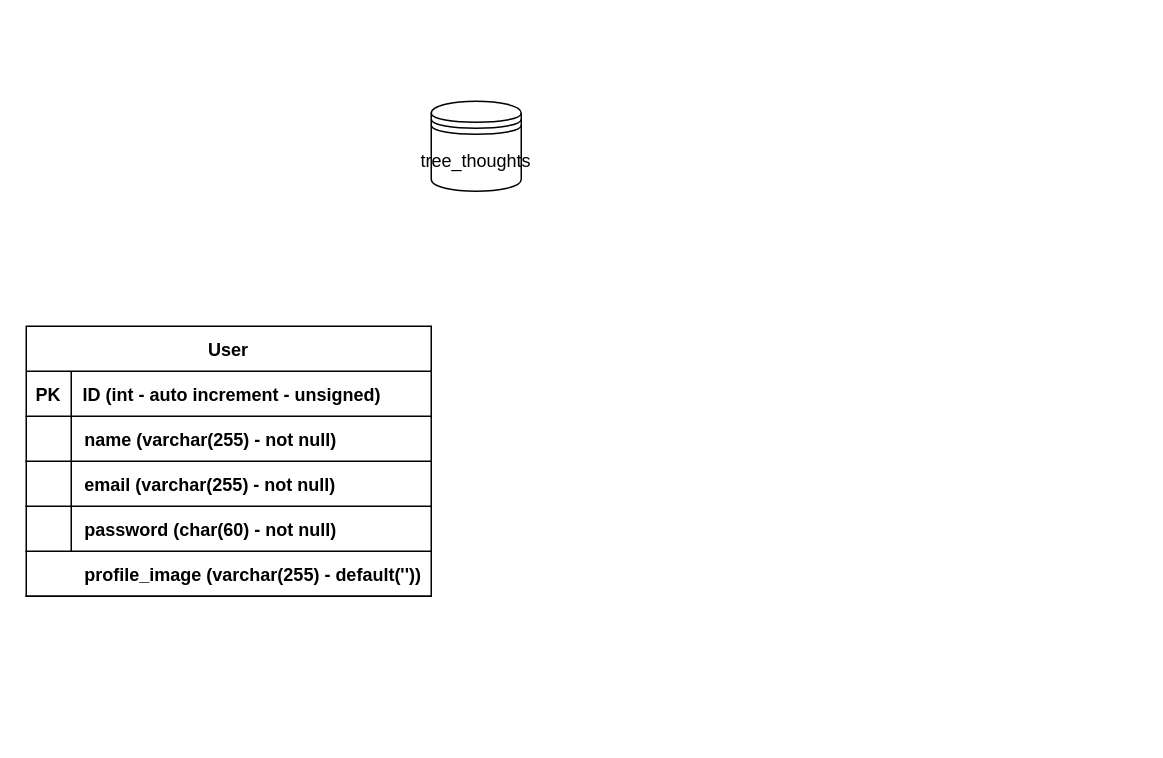
The draw.io diagram docs/DER.drawio in AmandaCleto/express--tree-thoughts--back, before the edit. Source tidied: cells renumbered, new cells numbered last; positions are measured from the earlier drawing's top-left corner, leaving out a move shared by most shapes. Both pictures are drawn from the tidied source at 150%, with x=0, y=0 at pixel (26, 100).
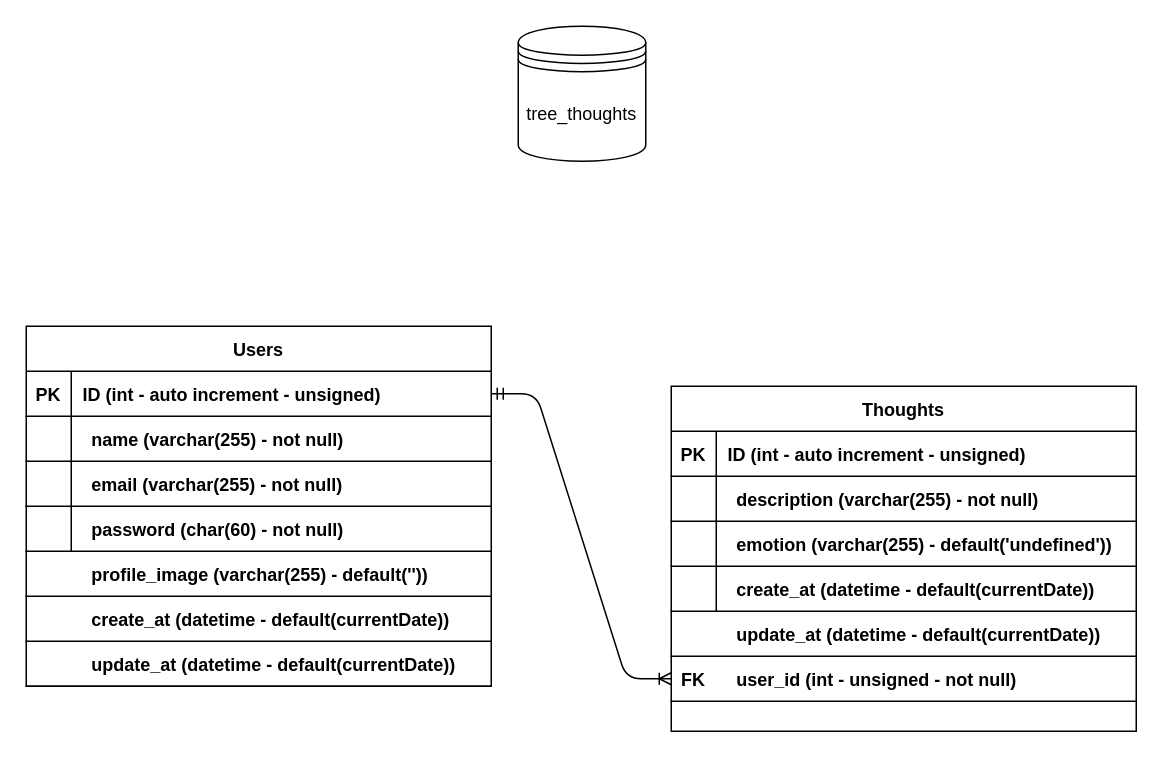
The same diagram, later.

What changed in the source:
```diff
@@
     <mxCell id="2" value="tree_thoughts" style="shape=datastore;whiteSpace=wrap;html=1;" parent="1" vertex="1">
-      <mxGeometry x="270" width="60" height="60" as="geometry" />
+      <mxGeometry x="328" y="-50" width="85" height="90" as="geometry" />
     </mxCell>
-    <mxCell id="3" value="User" style="shape=table;startSize=30;childLayout=tableLayout;rowLines=0;fontStyle=1;align=center;" parent="1" vertex="1">
-      <mxGeometry y="150" width="270" height="180" as="geometry" />
+    <mxCell id="3" value="Users" style="shape=table;startSize=30;childLayout=tableLayout;rowLines=0;fontStyle=1;align=center;" parent="1" vertex="1">
+      <mxGeometry y="150" width="310" height="240" as="geometry" />
     </mxCell>
     <mxCell id="4" style="shape=partialRectangle;fillColor=none;top=0;left=0;bottom=1;right=0;points=[[0,0.5],[1,0.5]];portConstraint=eastwest;" parent="3" vertex="1">
-      <mxGeometry y="30" width="270" height="30" as="geometry" />
+      <mxGeometry y="30" width="310" height="30" as="geometry" />
     </mxCell>
@@
     <mxCell id="6" value="ID (int - auto increment - unsigned)" style="shape=partialRectangle;fillColor=none;top=0;left=0;bottom=0;right=0;align=left;spacingLeft=6;fontStyle=1;overflow=hidden;" parent="4" vertex="1">
-      <mxGeometry x="30" width="240" height="30" as="geometry" />
+      <mxGeometry x="30" width="280" height="30" as="geometry" />
     </mxCell>
     <mxCell id="7" style="shape=partialRectangle;fillColor=none;top=0;left=0;bottom=0;right=0;" parent="3" vertex="1">
-      <mxGeometry y="60" width="270" height="30" as="geometry" />
+      <mxGeometry y="60" width="310" height="30" as="geometry" />
     </mxCell>
@@
     <mxCell id="9" style="shape=partialRectangle;fillColor=none;top=0;left=0;bottom=0;right=0;align=left;spacingLeft=6;overflow=hidden;" parent="7" vertex="1">
-      <mxGeometry x="30" width="240" height="30" as="geometry" />
+      <mxGeometry x="30" width="280" height="30" as="geometry" />
     </mxCell>
     <mxCell id="10" style="shape=partialRectangle;fillColor=none;top=0;left=0;bottom=0;right=0;" parent="3" vertex="1">
-      <mxGeometry y="90" width="270" height="30" as="geometry" />
+      <mxGeometry y="90" width="310" height="30" as="geometry" />
     </mxCell>
@@
     <mxCell id="12" style="shape=partialRectangle;fillColor=none;top=0;left=0;bottom=0;right=0;align=left;spacingLeft=6;overflow=hidden;" parent="10" vertex="1">
-      <mxGeometry x="30" width="240" height="30" as="geometry" />
+      <mxGeometry x="30" width="280" height="30" as="geometry" />
     </mxCell>
     <mxCell id="13" style="shape=partialRectangle;fillColor=none;top=0;left=0;bottom=0;right=0;" parent="3" vertex="1">
-      <mxGeometry y="120" width="270" height="30" as="geometry" />
+      <mxGeometry y="120" width="310" height="30" as="geometry" />
     </mxCell>
@@
     <mxCell id="15" style="shape=partialRectangle;fillColor=none;top=0;left=0;bottom=0;right=0;align=left;spacingLeft=6;overflow=hidden;" parent="13" vertex="1">
-      <mxGeometry x="30" width="240" height="30" as="geometry" />
+      <mxGeometry x="30" width="280" height="30" as="geometry" />
     </mxCell>
     <mxCell id="16" style="shape=partialRectangle;fillColor=none;top=0;left=0;bottom=1;right=0;" parent="1" vertex="1">
-      <mxGeometry y="210" width="270" height="30" as="geometry" />
+      <mxGeometry y="210" width="310" height="30" as="geometry" />
     </mxCell>
     <mxCell id="17" style="shape=partialRectangle;fillColor=none;top=0;left=0;bottom=0;right=0;fontStyle=1;overflow=hidden;" parent="16" vertex="1">
-      <mxGeometry width="45" height="30" as="geometry" />
+      <mxGeometry width="51.7" height="30" as="geometry" />
     </mxCell>
     <mxCell id="18" value="name (varchar(255) - not null)" style="shape=partialRectangle;fillColor=none;top=0;left=0;bottom=0;right=0;align=left;spacingLeft=6;fontStyle=1;overflow=hidden;" parent="16" vertex="1">
-      <mxGeometry x="31.2" width="238.8" height="30" as="geometry" />
+      <mxGeometry x="35.8" width="274.2" height="30" as="geometry" />
     </mxCell>
     <mxCell id="19" style="shape=partialRectangle;fillColor=none;top=0;left=0;bottom=1;right=0;" parent="1" vertex="1">
-      <mxGeometry y="240" width="270" height="30" as="geometry" />
+      <mxGeometry y="240" width="310" height="30" as="geometry" />
     </mxCell>
     <mxCell id="20" style="shape=partialRectangle;fillColor=none;top=0;left=0;bottom=0;right=0;fontStyle=1;overflow=hidden;" parent="19" vertex="1">
-      <mxGeometry width="45" height="30" as="geometry" />
+      <mxGeometry width="51.7" height="30" as="geometry" />
     </mxCell>
     <mxCell id="21" value="email (varchar(255) - not null)" style="shape=partialRectangle;fillColor=none;top=0;left=0;bottom=0;right=0;align=left;spacingLeft=6;fontStyle=1;overflow=hidden;" parent="19" vertex="1">
-      <mxGeometry x="31.2" width="238.8" height="30" as="geometry" />
+      <mxGeometry x="35.8" width="274.2" height="30" as="geometry" />
     </mxCell>
     <mxCell id="22" style="shape=partialRectangle;fillColor=none;top=0;left=0;bottom=1;right=0;" parent="1" vertex="1">
-      <mxGeometry y="270" width="270" height="30" as="geometry" />
+      <mxGeometry y="270" width="310" height="30" as="geometry" />
     </mxCell>
     <mxCell id="23" style="shape=partialRectangle;fillColor=none;top=0;left=0;bottom=0;right=0;fontStyle=1;overflow=hidden;" parent="22" vertex="1">
-      <mxGeometry width="45" height="30" as="geometry" />
+      <mxGeometry width="51.7" height="30" as="geometry" />
     </mxCell>
     <mxCell id="24" value="password (char(60) - not null)" style="shape=partialRectangle;fillColor=none;top=0;left=0;bottom=0;right=0;align=left;spacingLeft=6;fontStyle=1;overflow=hidden;" parent="22" vertex="1">
-      <mxGeometry x="31.2" width="238.8" height="30" as="geometry" />
+      <mxGeometry x="35.8" width="274.2" height="30" as="geometry" />
     </mxCell>
     <mxCell id="25" style="shape=partialRectangle;fillColor=none;top=0;left=0;bottom=1;right=0;" parent="1" vertex="1">
-      <mxGeometry y="300" width="270" height="30" as="geometry" />
+      <mxGeometry y="300" width="310" height="30" as="geometry" />
     </mxCell>
     <mxCell id="26" style="shape=partialRectangle;fillColor=none;top=0;left=0;bottom=0;right=0;fontStyle=1;overflow=hidden;" parent="25" vertex="1">
-      <mxGeometry width="45" height="30" as="geometry" />
+      <mxGeometry width="51.7" height="30" as="geometry" />
     </mxCell>
     <mxCell id="27" value="profile_image (varchar(255) - default(''))" style="shape=partialRectangle;fillColor=none;top=0;left=0;bottom=0;right=0;align=left;spacingLeft=6;fontStyle=1;overflow=hidden;" parent="25" vertex="1">
-      <mxGeometry x="31.2" width="238.8" height="30" as="geometry" />
+      <mxGeometry x="35.8" width="274.2" height="30" as="geometry" />
     </mxCell>
+    <mxCell id="28" value="Thoughts" style="shape=table;startSize=30;childLayout=tableLayout;rowLines=0;fontStyle=1;align=center;" parent="1" vertex="1">
+      <mxGeometry x="430" y="190" width="310" height="230" as="geometry" />
+    </mxCell>
+    <mxCell id="29" style="shape=partialRectangle;fillColor=none;top=0;left=0;bottom=1;right=0;" parent="28" vertex="1">
+      <mxGeometry y="30" width="310" height="30" as="geometry" />
+    </mxCell>
+    <mxCell id="30" value="PK" style="shape=partialRectangle;fillColor=none;top=0;left=0;bottom=0;right=0;fontStyle=1;overflow=hidden;" parent="29" vertex="1">
+      <mxGeometry width="30" height="30" as="geometry" />
+    </mxCell>
+    <mxCell id="31" value="ID (int - auto increment - unsigned)" style="shape=partialRectangle;fillColor=none;top=0;left=0;bottom=0;right=0;align=left;spacingLeft=6;fontStyle=1;overflow=hidden;" parent="29" vertex="1">
+      <mxGeometry x="30" width="280" height="30" as="geometry" />
+    </mxCell>
+    <mxCell id="32" style="shape=partialRectangle;fillColor=none;top=0;left=0;bottom=0;right=0;" parent="28" vertex="1">
+      <mxGeometry y="60" width="310" height="30" as="geometry" />
+    </mxCell>
+    <mxCell id="33" style="shape=partialRectangle;fillColor=none;top=0;left=0;bottom=0;right=0;overflow=hidden;" parent="32" vertex="1">
+      <mxGeometry width="30" height="30" as="geometry" />
+    </mxCell>
+    <mxCell id="34" style="shape=partialRectangle;fillColor=none;top=0;left=0;bottom=0;right=0;align=left;spacingLeft=6;overflow=hidden;" parent="32" vertex="1">
+      <mxGeometry x="30" width="280" height="30" as="geometry" />
+    </mxCell>
+    <mxCell id="35" style="shape=partialRectangle;fillColor=none;top=0;left=0;bottom=0;right=0;" parent="28" vertex="1">
+      <mxGeometry y="90" width="310" height="30" as="geometry" />
+    </mxCell>
+    <mxCell id="36" style="shape=partialRectangle;fillColor=none;top=0;left=0;bottom=0;right=0;overflow=hidden;" parent="35" vertex="1">
+      <mxGeometry width="30" height="30" as="geometry" />
+    </mxCell>
+    <mxCell id="37" style="shape=partialRectangle;fillColor=none;top=0;left=0;bottom=0;right=0;align=left;spacingLeft=6;overflow=hidden;" parent="35" vertex="1">
+      <mxGeometry x="30" width="280" height="30" as="geometry" />
+    </mxCell>
+    <mxCell id="38" style="shape=partialRectangle;fillColor=none;top=0;left=0;bottom=0;right=0;" parent="28" vertex="1">
+      <mxGeometry y="120" width="310" height="30" as="geometry" />
+    </mxCell>
+    <mxCell id="39" style="shape=partialRectangle;fillColor=none;top=0;left=0;bottom=0;right=0;overflow=hidden;" parent="38" vertex="1">
+      <mxGeometry width="30" height="30" as="geometry" />
+    </mxCell>
+    <mxCell id="40" style="shape=partialRectangle;fillColor=none;top=0;left=0;bottom=0;right=0;align=left;spacingLeft=6;overflow=hidden;" parent="38" vertex="1">
+      <mxGeometry x="30" width="280" height="30" as="geometry" />
+    </mxCell>
+    <mxCell id="41" style="shape=partialRectangle;fillColor=none;top=0;left=0;bottom=1;right=0;" parent="1" vertex="1">
+      <mxGeometry x="430" y="250" width="310" height="30" as="geometry" />
+    </mxCell>
+    <mxCell id="42" style="shape=partialRectangle;fillColor=none;top=0;left=0;bottom=0;right=0;fontStyle=1;overflow=hidden;" parent="41" vertex="1">
+      <mxGeometry width="51.7" height="30" as="geometry" />
+    </mxCell>
+    <mxCell id="43" value="description (varchar(255) - not null)" style="shape=partialRectangle;fillColor=none;top=0;left=0;bottom=0;right=0;align=left;spacingLeft=6;fontStyle=1;overflow=hidden;" parent="41" vertex="1">
+      <mxGeometry x="35.8" width="274.2" height="30" as="geometry" />
+    </mxCell>
+    <mxCell id="44" style="shape=partialRectangle;fillColor=none;top=0;left=0;bottom=1;right=0;" parent="1" vertex="1">
+      <mxGeometry x="430" y="310" width="310" height="30" as="geometry" />
+    </mxCell>
+    <mxCell id="45" style="shape=partialRectangle;fillColor=none;top=0;left=0;bottom=0;right=0;fontStyle=1;overflow=hidden;" parent="44" vertex="1">
+      <mxGeometry width="51.7" height="30" as="geometry" />
+    </mxCell>
+    <mxCell id="46" value="create_at (datetime - default(currentDate))" style="shape=partialRectangle;fillColor=none;top=0;left=0;bottom=0;right=0;align=left;spacingLeft=6;fontStyle=1;overflow=hidden;" parent="44" vertex="1">
+      <mxGeometry x="35.8" width="274.2" height="30" as="geometry" />
+    </mxCell>
+    <mxCell id="47" style="shape=partialRectangle;fillColor=none;top=0;left=0;bottom=1;right=0;" parent="1" vertex="1">
+      <mxGeometry x="430" y="280" width="310" height="30" as="geometry" />
+    </mxCell>
+    <mxCell id="48" style="shape=partialRectangle;fillColor=none;top=0;left=0;bottom=0;right=0;fontStyle=1;overflow=hidden;" parent="47" vertex="1">
+      <mxGeometry width="51.7" height="30" as="geometry" />
+    </mxCell>
+    <mxCell id="49" value="emotion (varchar(255) - default('undefined'))" style="shape=partialRectangle;fillColor=none;top=0;left=0;bottom=0;right=0;align=left;spacingLeft=6;fontStyle=1;overflow=hidden;" parent="47" vertex="1">
+      <mxGeometry x="35.8" width="274.2" height="30" as="geometry" />
+    </mxCell>
+    <mxCell id="50" style="shape=partialRectangle;fillColor=none;top=0;left=0;bottom=1;right=0;" parent="1" vertex="1">
+      <mxGeometry y="330" width="310" height="30" as="geometry" />
+    </mxCell>
+    <mxCell id="51" style="shape=partialRectangle;fillColor=none;top=0;left=0;bottom=0;right=0;fontStyle=1;overflow=hidden;" parent="50" vertex="1">
+      <mxGeometry width="51.7" height="30" as="geometry" />
+    </mxCell>
+    <mxCell id="52" value="create_at (datetime - default(currentDate))" style="shape=partialRectangle;fillColor=none;top=0;left=0;bottom=0;right=0;align=left;spacingLeft=6;fontStyle=1;overflow=hidden;" parent="50" vertex="1">
+      <mxGeometry x="35.8" width="274.2" height="30" as="geometry" />
+    </mxCell>
+    <mxCell id="53" style="shape=partialRectangle;fillColor=none;top=0;left=0;bottom=1;right=0;" parent="1" vertex="1">
+      <mxGeometry y="360" width="310" height="30" as="geometry" />
+    </mxCell>
+    <mxCell id="54" style="shape=partialRectangle;fillColor=none;top=0;left=0;bottom=0;right=0;fontStyle=1;overflow=hidden;" parent="53" vertex="1">
+      <mxGeometry width="51.7" height="30" as="geometry" />
+    </mxCell>
+    <mxCell id="55" value="update_at (datetime - default(currentDate))" style="shape=partialRectangle;fillColor=none;top=0;left=0;bottom=0;right=0;align=left;spacingLeft=6;fontStyle=1;overflow=hidden;" parent="53" vertex="1">
+      <mxGeometry x="35.8" width="274.2" height="30" as="geometry" />
+    </mxCell>
+    <mxCell id="56" style="shape=partialRectangle;fillColor=none;top=0;left=0;bottom=1;right=0;" parent="1" vertex="1">
+      <mxGeometry x="430" y="340" width="310" height="30" as="geometry" />
+    </mxCell>
+    <mxCell id="57" style="shape=partialRectangle;fillColor=none;top=0;left=0;bottom=0;right=0;fontStyle=1;overflow=hidden;" parent="56" vertex="1">
+      <mxGeometry width="51.7" height="30" as="geometry" />
+    </mxCell>
+    <mxCell id="58" value="update_at (datetime - default(currentDate))" style="shape=partialRectangle;fillColor=none;top=0;left=0;bottom=0;right=0;align=left;spacingLeft=6;fontStyle=1;overflow=hidden;" parent="56" vertex="1">
+      <mxGeometry x="35.8" width="274.2" height="30" as="geometry" />
+    </mxCell>
+    <mxCell id="59" style="shape=partialRectangle;fillColor=none;top=0;left=0;bottom=1;right=0;points=[[0,0.5],[1,0.5]];portConstraint=eastwest;" parent="1" vertex="1">
+      <mxGeometry x="430" y="370" width="310" height="30" as="geometry" />
+    </mxCell>
+    <mxCell id="60" value="FK" style="shape=partialRectangle;fillColor=none;top=0;left=0;bottom=0;right=0;fontStyle=1;overflow=hidden;" parent="59" vertex="1">
+      <mxGeometry width="30" height="30" as="geometry" />
+    </mxCell>
+    <mxCell id="61" value="user_id (int - unsigned - not null)" style="shape=partialRectangle;fillColor=none;top=0;left=0;bottom=0;right=0;align=left;spacingLeft=6;fontStyle=1;overflow=hidden;" parent="59" vertex="1">
+      <mxGeometry x="35.8" width="274.2" height="30" as="geometry" />
+    </mxCell>
+    <mxCell id="62" style="edgeStyle=entityRelationEdgeStyle;fontSize=12;html=1;endArrow=ERoneToMany;startArrow=ERmandOne;exitX=1;exitY=0.5;exitDx=0;exitDy=0;entryX=0;entryY=0.5;entryDx=0;entryDy=0;" parent="1" edge="1" source="4" target="59">
+      <mxGeometry relative="1" as="geometry" />
+    </mxCell>
```
